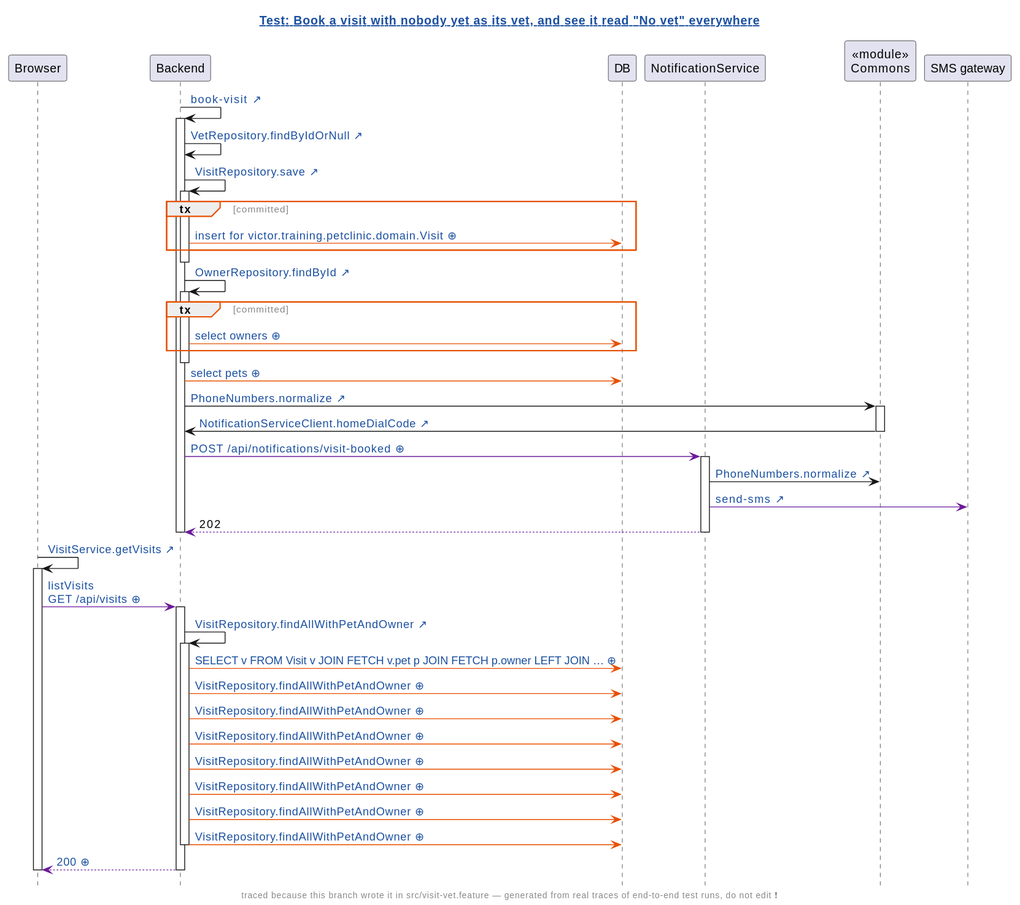
Before: demo/demo/assets/diagrams/petclinic-test_generated_visit-vet.feature.book-a-visit-with-nobody-yet-as-its-vet-and-see-it-read-no-vet-everywhere.genseq.new.svg, a diagram exported from PlantUML (victorrentea/human-review).
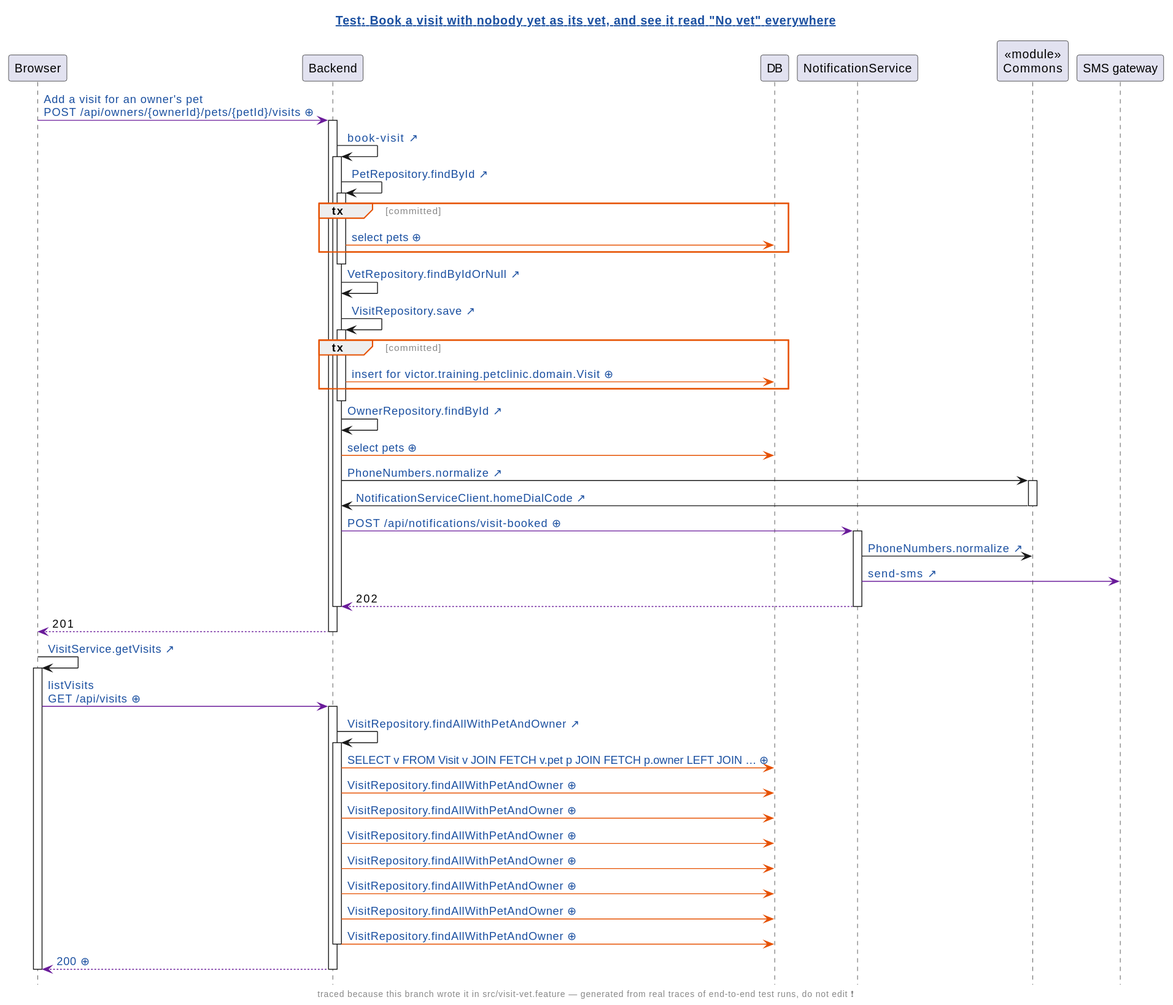
Above is the later version.

What changed in the source:
```diff
@@ -18,21 +18,24 @@
 participant NotificationService
 participant "«module»\nCommons" as Commons
 participant "SMS gateway"
+Browser -[#6A1B9A]> Backend: [[genseq://0jegc7z{Click for the request as it was sent} Add a visit for an owner's pet\nPOST /api/owners/{ownerId}/pets/{petId}/visits ⊕]]
+activate Backend
 Backend -> Backend: [[src://petclinic-backend/src/main/java/victor/training/petclinic/rest/OwnerRestController.java:193{Click to open OwnerRestController.bookVisit} book-visit ↗]]
 activate Backend
+Backend -> Backend: [[src://petclinic-backend/src/main/java/victor/training/petclinic/repository/PetRepository.java:16{Click to open PetRepository.findById} PetRepository.findById ↗]]
+activate Backend
+group tx [committed]
+Backend -[#E65100]> DB: [[genseq://0y7w2ps{Click for the statement behind this call} select pets ⊕]]
+end
+deactivate Backend
 Backend -> Backend: [[src://petclinic-backend/src/main/java/victor/training/petclinic/repository/VetRepository.java:19{Click to open VetRepository.findByIdOrNull} VetRepository.findByIdOrNull ↗]]
 Backend -> Backend: [[src://petclinic-backend/src/main/java/victor/training/petclinic/repository/VisitRepository.java:14{Click to open VisitRepository.save} VisitRepository.save ↗]]
 activate Backend
 group tx [committed]
-Backend -[#E65100]> DB: [[genseq://1ck57bi{Click for the statement behind this call} insert for victor.training.petclinic.domain.Visit ⊕]]
+Backend -[#E65100]> DB: [[genseq://0pxl60h{Click for the statement behind this call} insert for victor.training.petclinic.domain.Visit ⊕]]
 end
 deactivate Backend
 Backend -> Backend: [[src://petclinic-backend/src/main/java/victor/training/petclinic/repository/OwnerRepository.java:14{Click to open OwnerRepository.findById} OwnerRepository.findById ↗]]
-activate Backend
-group tx [committed]
-Backend -[#E65100]> DB: [[genseq://0x8aana{Click for the statement behind this call} select owners ⊕]]
-end
-deactivate Backend
 Backend -[#E65100]> DB: [[genseq://18567ho{Click for the statement behind this call} select pets ⊕]]
 Backend -> Commons: [[src://petclinic-commons/src/main/java/victor/training/commons/PhoneNumbers.java:14{Click to open PhoneNumbers.normalize} PhoneNumbers.normalize ↗]]
 activate Commons
@@ -45,22 +48,24 @@
 NotificationService -[#6A1B9A]-> Backend: 202
 deactivate NotificationService
 deactivate Backend
+Backend -[#6A1B9A]-> Browser: 201
+deactivate Backend
 Browser -> Browser: [[src://petclinic-frontend/src/app/visits/visits-page/visits-page.component.ts:21{Click to open the line that sent this request: visits-page.component.ts:21} VisitService.getVisits ↗]]
 activate Browser
-Browser -[#6A1B9A]> Backend: [[genseq://1myr631{Click for the request as it was sent} listVisits\nGET /api/visits ⊕]]
+Browser -[#6A1B9A]> Backend: [[genseq://14r2h25{Click for the request as it was sent} listVisits\nGET /api/visits ⊕]]
 activate Backend
 Backend -> Backend: [[src://petclinic-backend/src/main/java/victor/training/petclinic/repository/VisitRepository.java:19{Click to open VisitRepository.findAllWithPetAndOwner} VisitRepository.findAllWithPetAndOwner ↗]]
 activate Backend
-Backend -[#E65100]> DB: [[genseq://1706k1o{Click for the statement behind this call} SELECT v FROM Visit v JOIN FETCH v.pet p JOIN FETCH p.owner LEFT JOIN … ⊕]]
+Backend -[#E65100]> DB: [[genseq://17if9wv{Click for the statement behind this call} SELECT v FROM Visit v JOIN FETCH v.pet p JOIN FETCH p.owner LEFT JOIN … ⊕]]
+Backend -[#E65100]> DB: [[genseq://0xm9qzg{Click for the statement behind this call} VisitRepository.findAllWithPetAndOwner ⊕]]
+Backend -[#E65100]> DB: [[genseq://0g8ptx2{Click for the statement behind this call} VisitRepository.findAllWithPetAndOwner ⊕]]
+Backend -[#E65100]> DB: [[genseq://070fg5f{Click for the statement behind this call} VisitRepository.findAllWithPetAndOwner ⊕]]
 Backend -[#E65100]> DB: [[genseq://0cvbten{Click for the statement behind this call} VisitRepository.findAllWithPetAndOwner ⊕]]
-Backend -[#E65100]> DB: [[genseq://0xm9qzg{Click for the statement behind this call} VisitRepository.findAllWithPetAndOwner ⊕]]
-Backend -[#E65100]> DB: [[genseq://070fg5f{Click for the statement behind this call} VisitRepository.findAllWithPetAndOwner ⊕]]
+Backend -[#E65100]> DB: [[genseq://0i1m34t{Click for the statement behind this call} VisitRepository.findAllWithPetAndOwner ⊕]]
 Backend -[#E65100]> DB: [[genseq://1heb9yw{Click for the statement behind this call} VisitRepository.findAllWithPetAndOwner ⊕]]
-Backend -[#E65100]> DB: [[genseq://0g8ptx2{Click for the statement behind this call} VisitRepository.findAllWithPetAndOwner ⊕]]
-Backend -[#E65100]> DB: [[genseq://0i1m34t{Click for the statement behind this call} VisitRepository.findAllWithPetAndOwner ⊕]]
 Backend -[#E65100]> DB: [[genseq://094wceq{Click for the statement behind this call} VisitRepository.findAllWithPetAndOwner ⊕]]
 deactivate Backend
-Backend -[#6A1B9A]-> Browser: [[genseq://0p8wewa{Click for this call’s JSON body} 200 ⊕]]
+Backend -[#6A1B9A]-> Browser: [[genseq://04zd8u3{Click for this call’s JSON body} 200 ⊕]]
 deactivate Backend
 deactivate Browser
 @enduml
```
